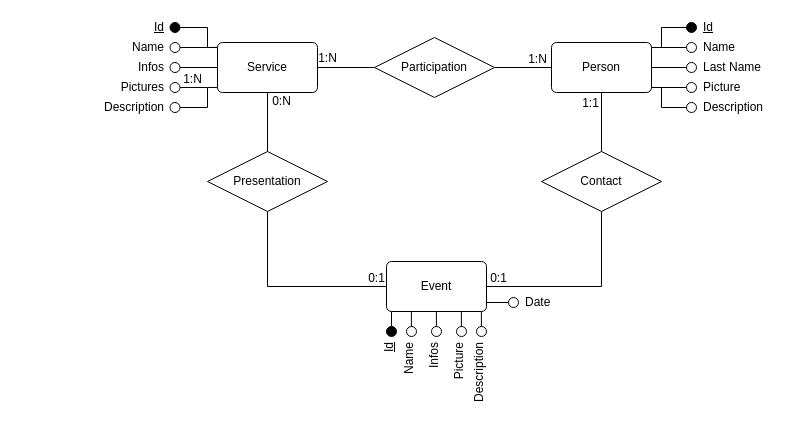
This is DesignDocument/diagrams/ER.drawio from Alenichel/CodiglioniDellOglioNichelini-HypermediaProject, a draw.io file, before an edit. Source tidied: cells renumbered, new cells numbered last; positions are measured from the earlier drawing's top-left corner, leaving out a move shared by most shapes. Both pictures are drawn from the tidied source at 100%, with x=0, y=0 at pixel (17, 17).
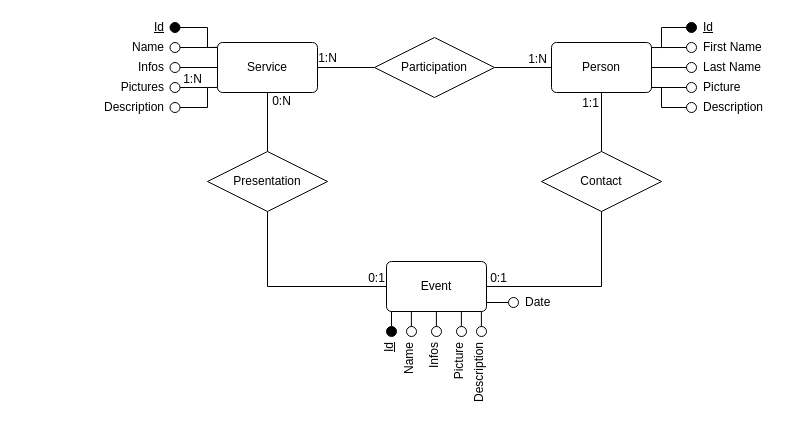
The same page after the edit.

Unchanged cells that the change refers to:
```xml
<mxCell id="7" style="group;" parent="6" vertex="1">
  <mxGeometry x="35" width="95" height="100" as="geometry" />
</mxCell>
```

What changed in the source:
```diff
@@
     <mxCell id="17" style="group;" parent="7" vertex="1">
-      <mxGeometry width="65" height="40" as="geometry" />
+      <mxGeometry width="84" height="40" as="geometry" />
     </mxCell>
@@
     <mxCell id="21" style="group;" parent="17" vertex="1">
-      <mxGeometry y="20" width="65" height="20" as="geometry" />
+      <mxGeometry y="20" width="84" height="20" as="geometry" />
     </mxCell>
@@
-    <mxCell id="23" value="Name" style="text;html=1;align=left;verticalAlign=middle;" parent="21" vertex="1">
-      <mxGeometry x="15" width="50" height="20" as="geometry" />
+    <mxCell id="23" value="First Name" style="text;html=1;align=left;verticalAlign=middle;" parent="21" vertex="1">
+      <mxGeometry x="15" y="1" width="69" height="18" as="geometry" />
     </mxCell>
```
